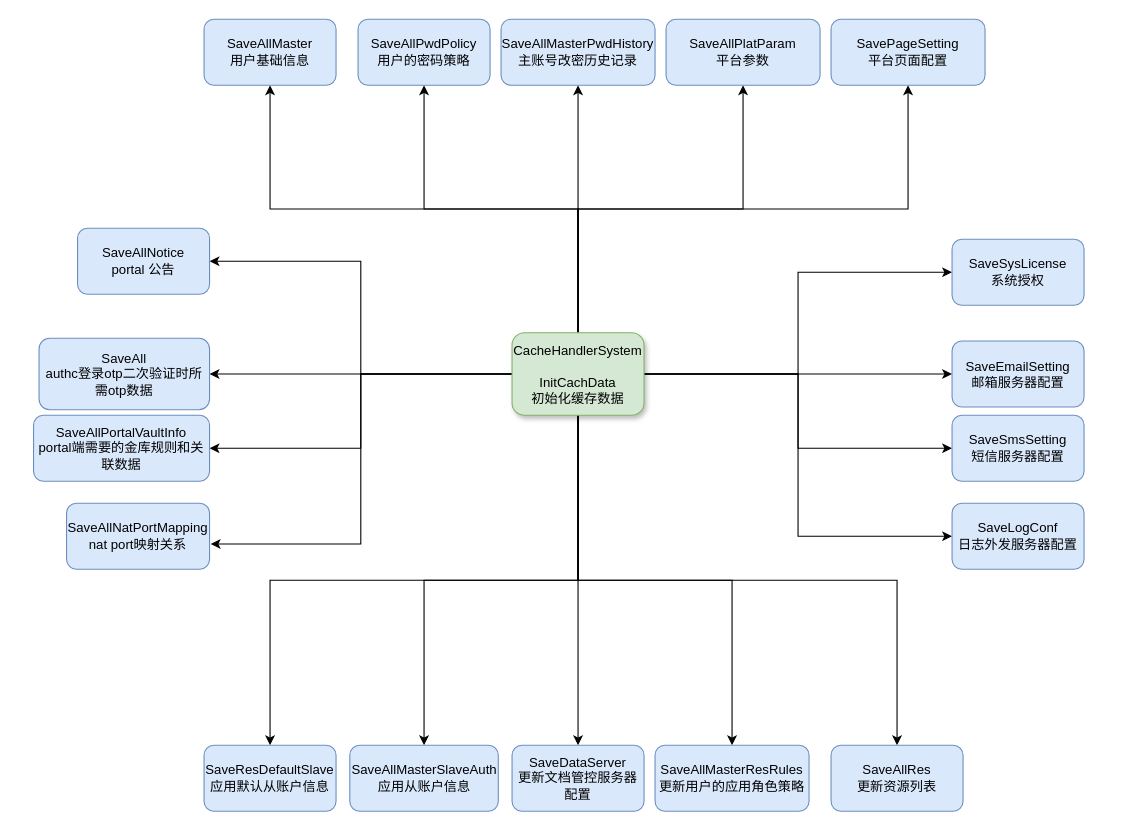
DeanYang121/typora_images keeps this draw.io diagram as page "缓存初始化" (3 of 18) of cachehandlersystem_消息订阅.drawio. Above is the earlier version. Source tidied: cells renumbered, new cells numbered last; positions are measured from the earlier drawing's top-left corner, leaving out a move shared by most shapes. Both pictures are drawn from the tidied source at 110%, with x=0, y=0 at pixel (33, 19).
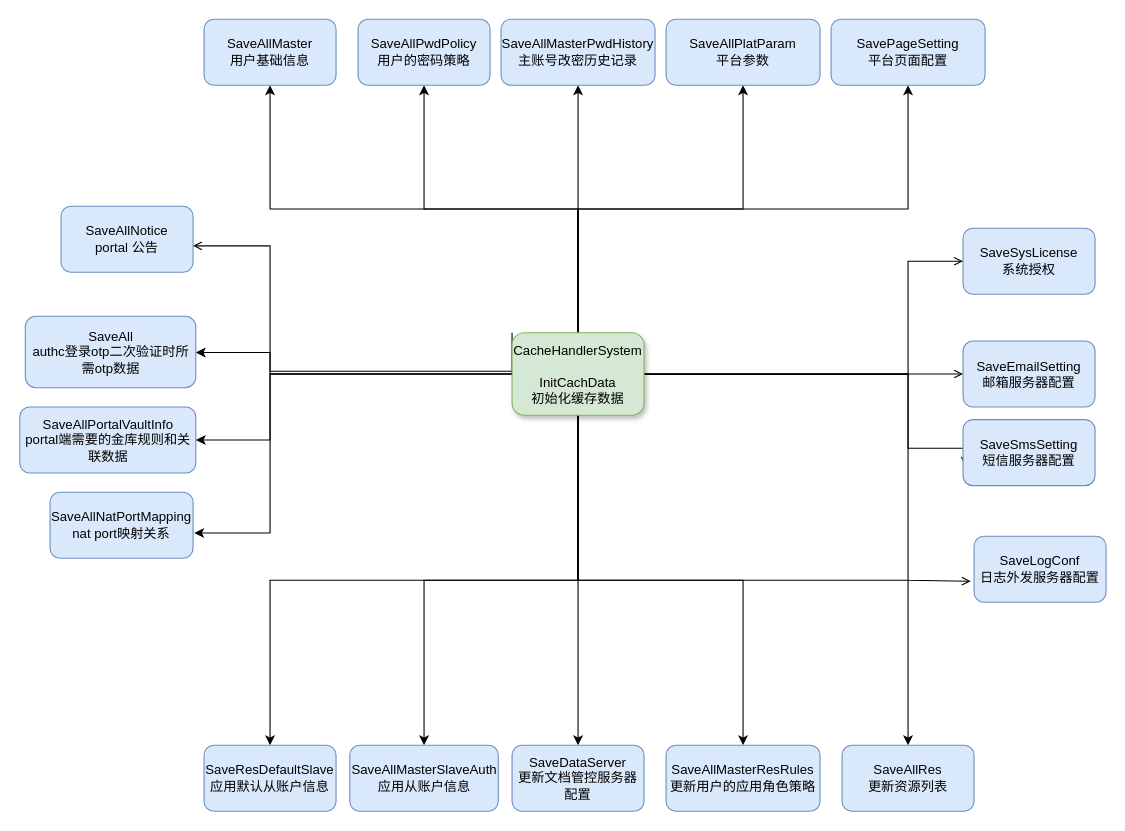
The same diagram, later.

Unchanged cells that the change refers to:
```xml
<mxCell id="20" value="&lt;span style=&quot;font-family: Helvetica;&quot;&gt;CacheHandlerSystem&lt;br&gt;&lt;br&gt;InitCachData&lt;/span&gt;&lt;br style=&quot;font-family: Helvetica;&quot;&gt;&lt;span style=&quot;font-family: Helvetica;&quot;&gt;初始化缓存数据&lt;/span&gt;" style="whiteSpace=wrap;html=1;rounded=1;shadow=1;labelBackgroundColor=none;strokeWidth=1;fontFamily=Verdana;fontSize=12;align=center;fillColor=#d5e8d4;strokeColor=#82b366;" parent="1" vertex="1">
  <mxGeometry x="435" y="285" width="120" height="75" as="geometry" />
</mxCell>
```

Diff of the diagram source:
```diff
@@
-    <mxCell id="12" style="edgeStyle=orthogonalEdgeStyle;rounded=0;jettySize=auto;html=1;exitX=0;exitY=0.5;exitDx=0;exitDy=0;entryX=1;entryY=0.5;entryDx=0;entryDy=0;" parent="1" edge="1" source="20" target="37">
-      <mxGeometry relative="1" as="geometry" />
+    <mxCell id="12" style="edgeStyle=orthogonalEdgeStyle;rounded=0;jettySize=auto;html=1;exitX=0;exitY=0.5;exitDx=0;exitDy=0;" parent="1" edge="1" source="20" target="37">
+      <mxGeometry relative="1" as="geometry">
+        <Array as="points">
+          <mxPoint x="215" y="323" />
+          <mxPoint x="215" y="303" />
+        </Array>
+      </mxGeometry>
     </mxCell>
-    <mxCell id="13" style="edgeStyle=orthogonalEdgeStyle;rounded=0;jettySize=auto;html=1;exitX=1;exitY=0.5;exitDx=0;exitDy=0;" parent="1" edge="1" source="20" target="27">
-      <mxGeometry relative="1" as="geometry" />
-    </mxCell>
-    <mxCell id="14" style="edgeStyle=orthogonalEdgeStyle;rounded=0;jettySize=auto;html=1;exitX=0;exitY=0.5;exitDx=0;exitDy=0;entryX=1;entryY=0.5;entryDx=0;entryDy=0;" parent="1" edge="1" source="20" target="38">
-      <mxGeometry relative="1" as="geometry" />
-    </mxCell>
     <mxCell id="15" style="edgeStyle=orthogonalEdgeStyle;rounded=0;jettySize=auto;html=1;exitX=0;exitY=0.5;exitDx=0;exitDy=0;entryX=1;entryY=0.5;entryDx=0;entryDy=0;" parent="1" edge="1" source="20" target="36">
-      <mxGeometry relative="1" as="geometry" />
+      <mxGeometry relative="1" as="geometry">
+        <Array as="points">
+          <mxPoint x="215" y="323" />
+          <mxPoint x="215" y="383" />
+        </Array>
+      </mxGeometry>
     </mxCell>
     <mxCell id="16" style="edgeStyle=orthogonalEdgeStyle;rounded=0;jettySize=auto;html=1;exitX=0;exitY=0.5;exitDx=0;exitDy=0;entryX=1.008;entryY=0.617;entryDx=0;entryDy=0;entryPerimeter=0;" parent="1" edge="1" source="20" target="35">
-      <mxGeometry relative="1" as="geometry" />
+      <mxGeometry relative="1" as="geometry">
+        <Array as="points">
+          <mxPoint x="215" y="323" />
+          <mxPoint x="215" y="467" />
+        </Array>
+      </mxGeometry>
     </mxCell>
+    <mxCell id="14" style="edgeStyle=orthogonalEdgeStyle;rounded=0;jettySize=auto;html=1;entryX=1;entryY=0.6;entryDx=0;entryDy=0;entryPerimeter=0;fontColor=#FF0000;endArrow=open;endFill=0;endSize=6;" parent="1" edge="1" source="20" target="38">
+      <mxGeometry relative="1" as="geometry">
+        <Array as="points">
+          <mxPoint x="215" y="320" />
+          <mxPoint x="215" y="206" />
+        </Array>
+      </mxGeometry>
+    </mxCell>
+    <mxCell id="19" style="edgeStyle=orthogonalEdgeStyle;rounded=0;jettySize=auto;html=1;exitX=0;exitY=0;exitDx=0;exitDy=0;fontColor=#FF0000;endArrow=open;endFill=0;endSize=6;entryX=-0.025;entryY=0.683;entryDx=0;entryDy=0;entryPerimeter=0;" parent="1" edge="1" source="20" target="29">
+      <mxGeometry relative="1" as="geometry">
+        <Array as="points">
+          <mxPoint x="795" y="323" />
+          <mxPoint x="795" y="510" />
+        </Array>
+      </mxGeometry>
+    </mxCell>
+    <mxCell id="18" style="edgeStyle=orthogonalEdgeStyle;rounded=0;jettySize=auto;html=1;entryX=0.017;entryY=0.7;entryDx=0;entryDy=0;entryPerimeter=0;fontColor=#FF0000;endArrow=open;endFill=0;endSize=6;" parent="1" edge="1" source="20" target="28">
+      <mxGeometry relative="1" as="geometry">
+        <Array as="points">
+          <mxPoint x="795" y="323" />
+          <mxPoint x="795" y="390" />
+          <mxPoint x="847" y="390" />
+        </Array>
+      </mxGeometry>
+    </mxCell>
+    <mxCell id="13" style="edgeStyle=orthogonalEdgeStyle;rounded=0;jettySize=auto;html=1;fontColor=#FF0000;endArrow=open;endFill=0;endSize=6;" parent="1" edge="1" source="20" target="27">
+      <mxGeometry relative="1" as="geometry" />
+    </mxCell>
-    <mxCell id="17" style="edgeStyle=orthogonalEdgeStyle;rounded=0;jettySize=auto;html=1;exitX=1;exitY=0.5;exitDx=0;exitDy=0;entryX=0;entryY=0.5;entryDx=0;entryDy=0;" parent="1" edge="1" source="20" target="26">
-      <mxGeometry relative="1" as="geometry" />
+    <mxCell id="17" style="edgeStyle=orthogonalEdgeStyle;rounded=0;jettySize=auto;html=1;fontColor=#FF0000;endArrow=open;endFill=0;endSize=6;" parent="1" edge="1" source="20" target="26">
+      <mxGeometry relative="1" as="geometry">
+        <Array as="points">
+          <mxPoint x="795" y="323" />
+          <mxPoint x="795" y="220" />
+        </Array>
+      </mxGeometry>
     </mxCell>
-    <mxCell id="18" style="edgeStyle=orthogonalEdgeStyle;rounded=0;jettySize=auto;html=1;exitX=1;exitY=0.5;exitDx=0;exitDy=0;entryX=0;entryY=0.5;entryDx=0;entryDy=0;" parent="1" edge="1" source="20" target="28">
-      <mxGeometry relative="1" as="geometry" />
-    </mxCell>
-    <mxCell id="19" style="edgeStyle=orthogonalEdgeStyle;rounded=0;jettySize=auto;html=1;exitX=1;exitY=0.5;exitDx=0;exitDy=0;entryX=0;entryY=0.5;entryDx=0;entryDy=0;" parent="1" edge="1" source="20" target="29">
-      <mxGeometry relative="1" as="geometry" />
-    </mxCell>
@@
     <mxCell id="26" value="SaveSysLicense&lt;br&gt;系统授权" style="rounded=1;whiteSpace=wrap;html=1;fillColor=#dae8fc;strokeColor=#6c8ebf;" parent="1" vertex="1">
-      <mxGeometry x="835" y="200" width="120" height="60" as="geometry" />
+      <mxGeometry x="845" y="190" width="120" height="60" as="geometry" />
     </mxCell>
     <mxCell id="27" value="SaveEmailSetting&lt;br&gt;邮箱服务器配置" style="rounded=1;whiteSpace=wrap;html=1;fillColor=#dae8fc;strokeColor=#6c8ebf;" parent="1" vertex="1">
-      <mxGeometry x="835" y="292.5" width="120" height="60" as="geometry" />
+      <mxGeometry x="845" y="292.5" width="120" height="60" as="geometry" />
     </mxCell>
     <mxCell id="28" value="SaveSmsSetting&lt;br&gt;短信服务器配置" style="rounded=1;whiteSpace=wrap;html=1;fillColor=#dae8fc;strokeColor=#6c8ebf;" parent="1" vertex="1">
-      <mxGeometry x="835" y="360" width="120" height="60" as="geometry" />
+      <mxGeometry x="845" y="364" width="120" height="60" as="geometry" />
     </mxCell>
     <mxCell id="29" value="SaveLogConf&lt;br&gt;日志外发服务器配置" style="rounded=1;whiteSpace=wrap;html=1;fillColor=#dae8fc;strokeColor=#6c8ebf;" parent="1" vertex="1">
-      <mxGeometry x="835" y="440" width="120" height="60" as="geometry" />
+      <mxGeometry x="855" y="470" width="120" height="60" as="geometry" />
     </mxCell>
     <mxCell id="30" value="SaveAllRes&lt;br&gt;更新资源列表" style="rounded=1;whiteSpace=wrap;html=1;fillColor=#dae8fc;strokeColor=#6c8ebf;" parent="1" vertex="1">
-      <mxGeometry x="725" y="660" width="120" height="60" as="geometry" />
+      <mxGeometry x="735" y="660" width="120" height="60" as="geometry" />
     </mxCell>
     <mxCell id="31" value="SaveAllMasterResRules&lt;br&gt;更新用户的应用角色策略" style="rounded=1;whiteSpace=wrap;html=1;fillColor=#dae8fc;strokeColor=#6c8ebf;" parent="1" vertex="1">
-      <mxGeometry x="565" y="660" width="140" height="60" as="geometry" />
+      <mxGeometry x="575" y="660" width="140" height="60" as="geometry" />
     </mxCell>
@@
     <mxCell id="35" value="SaveAllNatPortMapping&lt;br&gt;nat port映射关系" style="rounded=1;whiteSpace=wrap;html=1;fillColor=#dae8fc;strokeColor=#6c8ebf;" parent="1" vertex="1">
-      <mxGeometry x="30" y="440" width="130" height="60" as="geometry" />
+      <mxGeometry x="15" y="430" width="130" height="60" as="geometry" />
     </mxCell>
     <mxCell id="36" value="SaveAllPortalVaultInfo&lt;br&gt;portal端需要的金库规则和关联数据" style="rounded=1;whiteSpace=wrap;html=1;fillColor=#dae8fc;strokeColor=#6c8ebf;" parent="1" vertex="1">
-      <mxGeometry y="360" width="160" height="60" as="geometry" />
+      <mxGeometry x="-12.5" y="352.5" width="160" height="60" as="geometry" />
     </mxCell>
     <mxCell id="37" value="SaveAll&lt;br&gt;authc登录otp二次验证时所需otp数据" style="rounded=1;whiteSpace=wrap;html=1;fillColor=#dae8fc;strokeColor=#6c8ebf;" parent="1" vertex="1">
-      <mxGeometry x="5" y="290" width="155" height="65" as="geometry" />
+      <mxGeometry x="-7.5" y="270" width="155" height="65" as="geometry" />
     </mxCell>
     <mxCell id="38" value="SaveAllNotice&lt;br&gt;portal 公告" style="rounded=1;whiteSpace=wrap;html=1;fillColor=#dae8fc;strokeColor=#6c8ebf;" parent="1" vertex="1">
-      <mxGeometry x="40" y="190" width="120" height="60" as="geometry" />
+      <mxGeometry x="25" y="170" width="120" height="60" as="geometry" />
     </mxCell>
```
